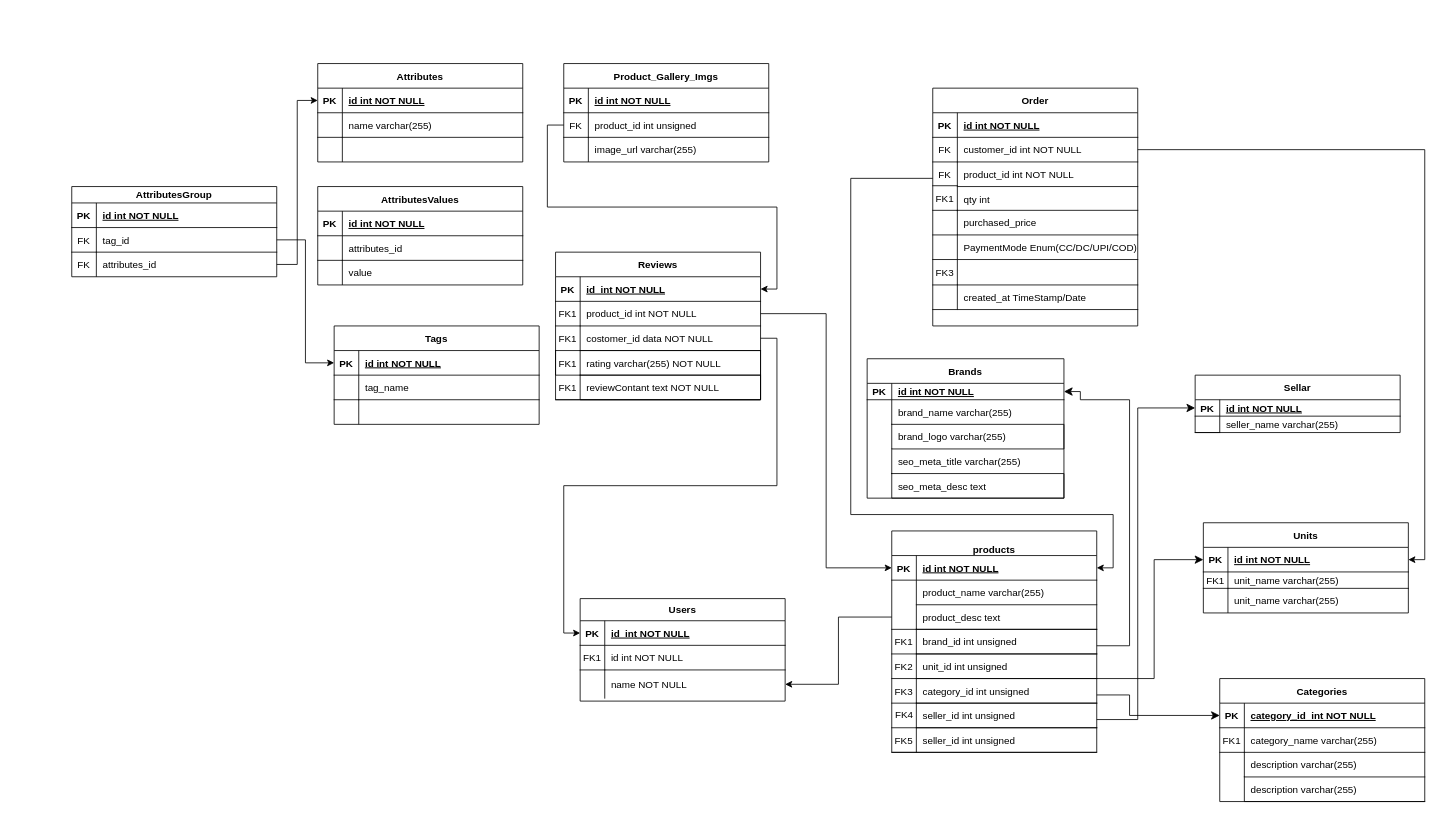
The draw.io diagram database/migrations/Untitled Diagram.drawio in namanbairagi3/electro, before the edit. Source tidied: cells renumbered, new cells numbered last; positions are measured from the earlier drawing's top-left corner, leaving out a move shared by most shapes. Both pictures are drawn from the tidied source at 82%, with x=0, y=0 at pixel (71, 63).
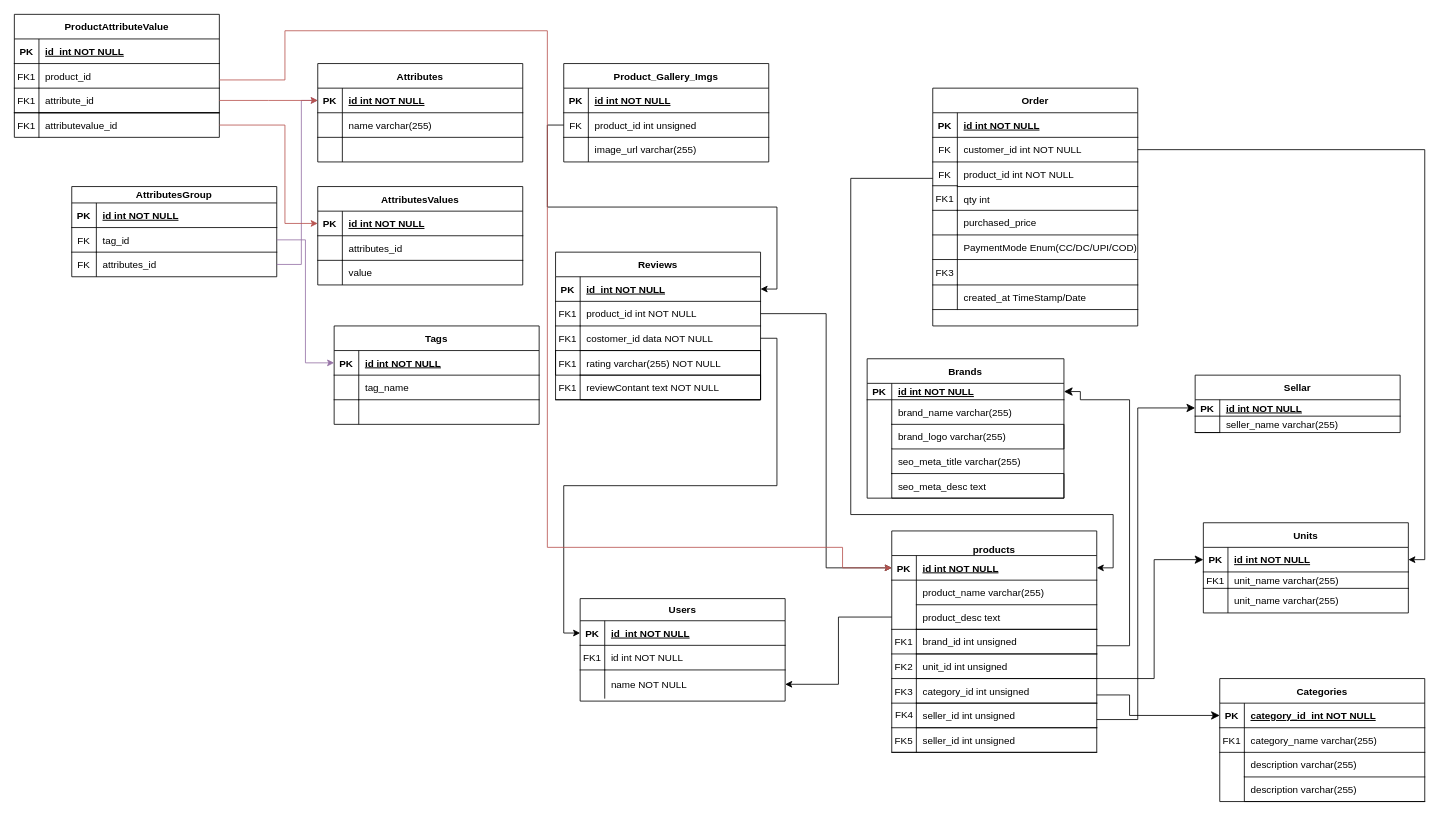
The same page after the edit.

Unchanged cells that the change refers to:
```xml
<mxCell id="78" style="shape=partialRectangle;fillColor=none;points=[[0,0.5],[1,0.5]];portConstraint=eastwest;top=0;left=0;right=0;bottom=1;" parent="77" vertex="1">
  <mxGeometry y="30" width="250" height="30" as="geometry" />
</mxCell>
<mxCell id="137" style="shape=partialRectangle;fillColor=none;points=[[0,0.5],[1,0.5]];portConstraint=eastwest;top=0;left=0;right=0;bottom=1;" parent="136" vertex="1">
  <mxGeometry y="30" width="250" height="30" as="geometry" />
</mxCell>
<mxCell id="147" style="shape=partialRectangle;fillColor=none;points=[[0,0.5],[1,0.5]];portConstraint=eastwest;top=0;left=0;right=0;bottom=1;" parent="146" vertex="1">
  <mxGeometry y="30" width="250" height="30" as="geometry" />
</mxCell>
<mxCell id="157" style="shape=partialRectangle;fillColor=none;points=[[0,0.5],[1,0.5]];portConstraint=eastwest;top=0;left=0;right=0;bottom=1;" parent="156" vertex="1">
  <mxGeometry y="30" width="250" height="30" as="geometry" />
</mxCell>
<mxCell id="170" style="shape=partialRectangle;fillColor=none;points=[[0,0.5],[1,0.5]];portConstraint=eastwest;top=0;left=0;right=0;bottom=0;" parent="166" vertex="1">
  <mxGeometry y="50" width="250" height="30" as="geometry" />
</mxCell>
<mxCell id="173" style="shape=partialRectangle;fillColor=none;points=[[0,0.5],[1,0.5]];portConstraint=eastwest;top=0;left=0;right=0;bottom=0;" parent="166" vertex="1">
  <mxGeometry y="80" width="250" height="30" as="geometry" />
</mxCell>
```

What changed in the source:
```diff
@@
-    <mxCell id="176" style="edgeStyle=orthogonalEdgeStyle;rounded=0;jettySize=auto;html=1;entryX=0;entryY=0.5;entryDx=0;entryDy=0;" parent="1" edge="1" source="170" target="157">
+    <mxCell id="176" style="edgeStyle=orthogonalEdgeStyle;rounded=0;jettySize=auto;html=1;entryX=0;entryY=0.5;entryDx=0;entryDy=0;fillColor=#e1d5e7;strokeColor=#9673a6;" parent="1" edge="1" source="170" target="157">
       <mxGeometry relative="1" as="geometry" />
     </mxCell>
-    <mxCell id="177" style="edgeStyle=orthogonalEdgeStyle;rounded=0;jettySize=auto;html=1;entryX=0;entryY=0.5;entryDx=0;entryDy=0;" parent="1" edge="1" source="173" target="137">
-      <mxGeometry relative="1" as="geometry" />
+    <mxCell id="177" style="edgeStyle=orthogonalEdgeStyle;rounded=0;jettySize=auto;html=1;entryX=0;entryY=0.5;entryDx=0;entryDy=0;fillColor=#e1d5e7;strokeColor=#9673a6;" parent="1" edge="1" source="173" target="137">
+      <mxGeometry relative="1" as="geometry">
+        <Array as="points">
+          <mxPoint x="280" y="245" />
+          <mxPoint x="280" y="45" />
+        </Array>
+      </mxGeometry>
     </mxCell>
+    <mxCell id="178" style="group;" parent="1" vertex="1">
+      <mxGeometry x="-70" y="-60" width="250" height="160" as="geometry" />
+    </mxCell>
+    <mxCell id="179" value="ProductAttributeValue" style="shape=table;startSize=30;childLayout=tableLayout;rowLines=0;fontStyle=1;align=center;" parent="178" vertex="1">
+      <mxGeometry width="250" height="120" as="geometry" />
+    </mxCell>
+    <mxCell id="180" style="shape=partialRectangle;fillColor=none;top=0;left=0;right=0;bottom=1;" parent="179" vertex="1">
+      <mxGeometry y="30" width="250" height="30" as="geometry" />
+    </mxCell>
+    <mxCell id="181" value="PK" style="shape=partialRectangle;overflow=hidden;fillColor=none;top=0;left=0;bottom=0;right=0;fontStyle=1;" parent="180" vertex="1">
+      <mxGeometry width="30" height="30" as="geometry" />
+    </mxCell>
+    <mxCell id="182" value="id  int NOT NULL " style="shape=partialRectangle;overflow=hidden;fillColor=none;top=0;left=0;bottom=0;right=0;align=left;spacingLeft=6;fontStyle=5;" parent="180" vertex="1">
+      <mxGeometry x="30" width="220" height="30" as="geometry" />
+    </mxCell>
+    <mxCell id="183" style="shape=partialRectangle;fillColor=none;points=[[0,0.5],[1,0.5]];portConstraint=eastwest;top=0;left=0;right=0;bottom=0;" parent="179" vertex="1">
+      <mxGeometry y="60" width="250" height="30" as="geometry" />
+    </mxCell>
+    <mxCell id="184" value="FK1" style="shape=partialRectangle;overflow=hidden;fillColor=none;top=0;left=0;bottom=1;right=0;" parent="183" vertex="1">
+      <mxGeometry width="30" height="30" as="geometry" />
+    </mxCell>
+    <mxCell id="185" value="product_id " style="shape=partialRectangle;overflow=hidden;fillColor=none;top=0;left=0;bottom=0;right=0;align=left;spacingLeft=6;" parent="183" vertex="1">
+      <mxGeometry x="30" width="220" height="30" as="geometry" />
+    </mxCell>
+    <mxCell id="186" style="shape=partialRectangle;fillColor=none;points=[[0,0.5],[1,0.5]];portConstraint=eastwest;top=0;left=0;right=0;bottom=0;" parent="179" vertex="1">
+      <mxGeometry y="90" width="250" height="30" as="geometry" />
+    </mxCell>
+    <mxCell id="187" value="FK1" style="shape=partialRectangle;overflow=hidden;fillColor=none;top=0;left=0;bottom=0;right=0;" parent="186" vertex="1">
+      <mxGeometry width="30" height="30" as="geometry" />
+    </mxCell>
+    <mxCell id="188" value="attribute_id" style="shape=partialRectangle;overflow=hidden;fillColor=none;top=1;left=0;bottom=0;right=0;align=left;spacingLeft=6;" parent="186" vertex="1">
+      <mxGeometry x="30" width="220" height="30" as="geometry" />
+    </mxCell>
+    <mxCell id="189" style="shape=partialRectangle;fillColor=none;points=[[0,0.5],[1,0.5]];portConstraint=eastwest;top=1;left=1;right=1;bottom=1;" parent="178" vertex="1">
+      <mxGeometry y="120" width="250" height="30" as="geometry" />
+    </mxCell>
+    <mxCell id="190" value="FK1" style="shape=partialRectangle;overflow=hidden;fillColor=none;top=0;left=0;bottom=0;right=1;" parent="189" vertex="1">
+      <mxGeometry width="30" height="30" as="geometry" />
+    </mxCell>
+    <mxCell id="191" value="attributevalue_id" style="shape=partialRectangle;overflow=hidden;fillColor=none;top=1;left=0;bottom=0;right=0;align=left;spacingLeft=6;" parent="189" vertex="1">
+      <mxGeometry x="30" width="220" height="30" as="geometry" />
+    </mxCell>
+    <mxCell id="192" style="edgeStyle=orthogonalEdgeStyle;rounded=0;jettySize=auto;html=1;entryX=0;entryY=0.5;entryDx=0;entryDy=0;fillColor=#f8cecc;strokeColor=#b85450;" parent="1" edge="1" source="183" target="78">
+      <mxGeometry relative="1" as="geometry">
+        <Array as="points">
+          <mxPoint x="260" y="20" />
+          <mxPoint x="260" y="-40" />
+          <mxPoint x="580" y="-40" />
+          <mxPoint x="580" y="590" />
+          <mxPoint x="940" y="590" />
+          <mxPoint x="940" y="615" />
+        </Array>
+      </mxGeometry>
+    </mxCell>
+    <mxCell id="193" style="edgeStyle=orthogonalEdgeStyle;rounded=0;jettySize=auto;html=1;entryX=0;entryY=0.5;entryDx=0;entryDy=0;fillColor=#f8cecc;strokeColor=#b85450;" parent="1" edge="1" source="186" target="137">
+      <mxGeometry relative="1" as="geometry">
+        <Array as="points">
+          <mxPoint x="240" y="45" />
+          <mxPoint x="240" y="45" />
+        </Array>
+      </mxGeometry>
+    </mxCell>
+    <mxCell id="194" style="edgeStyle=orthogonalEdgeStyle;rounded=0;jettySize=auto;html=1;entryX=0;entryY=0.5;entryDx=0;entryDy=0;fillColor=#f8cecc;strokeColor=#b85450;" parent="1" edge="1" source="189" target="147">
+      <mxGeometry relative="1" as="geometry">
+        <Array as="points">
+          <mxPoint x="260" y="75" />
+          <mxPoint x="260" y="195" />
+        </Array>
+      </mxGeometry>
+    </mxCell>
```
